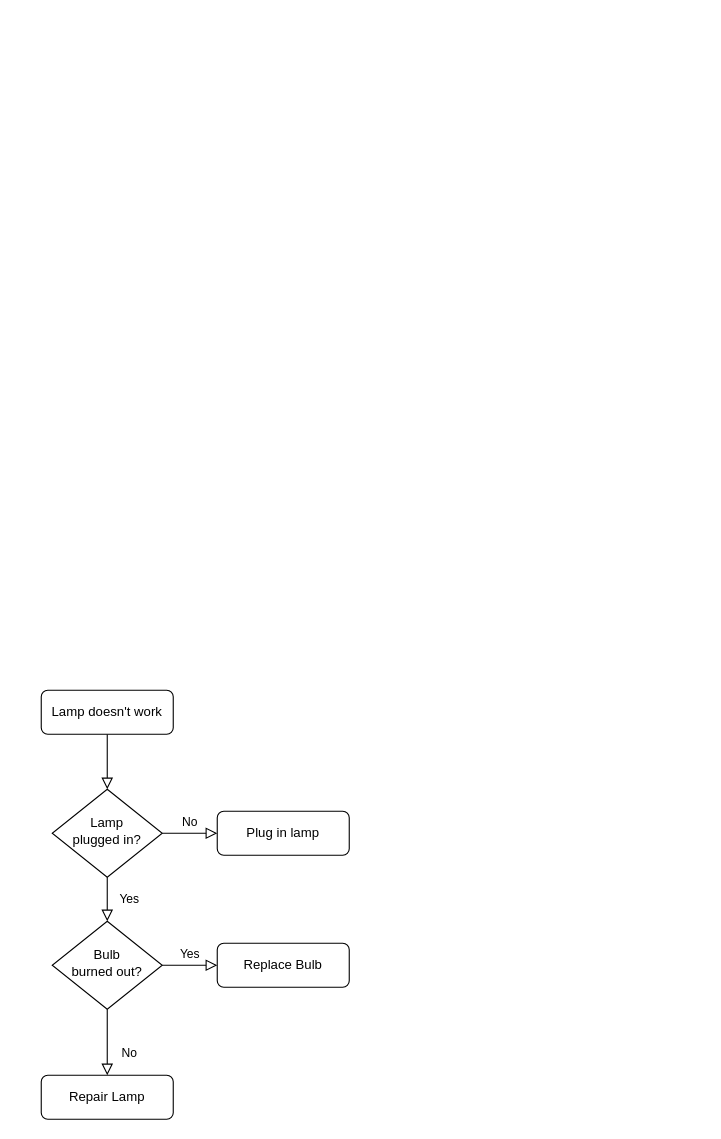
This is gameUnity.drawio from TomasSirotek/UML-diagram, a draw.io file, before an edit. Source tidied: cells renumbered, new cells numbered last; positions are measured from the earlier drawing's top-left corner, leaving out a move shared by most shapes. Both pictures are drawn from the tidied source at 110%, with x=0, y=0 at pixel (41, 690).
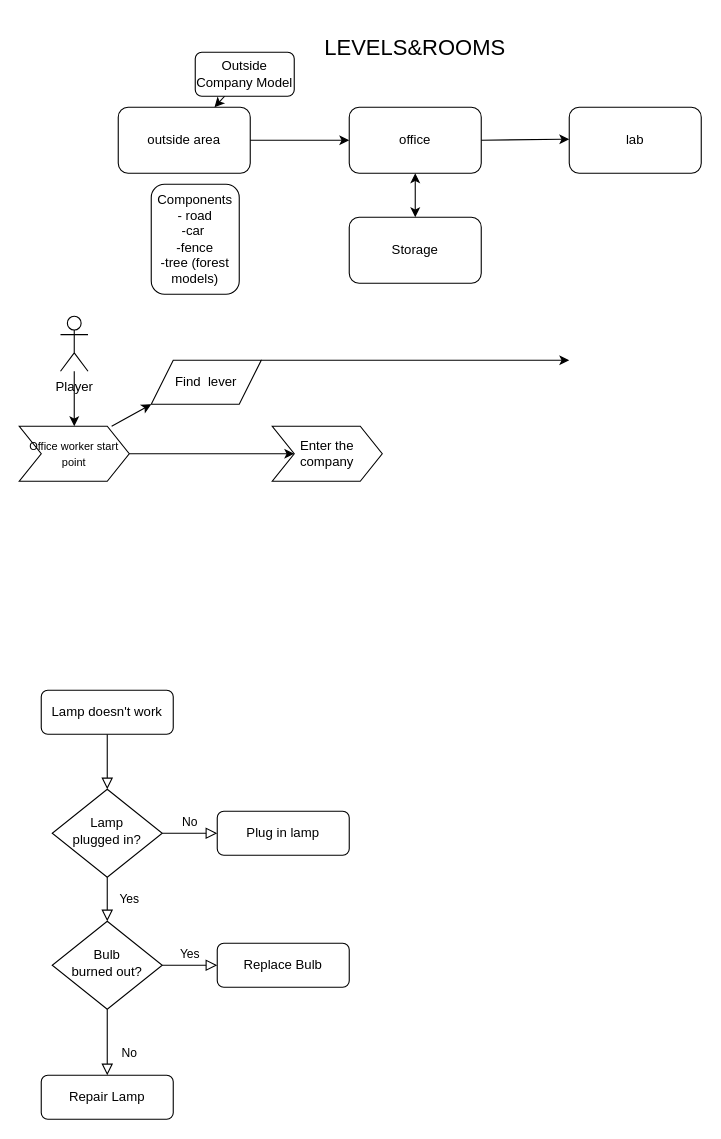
After the change.

Diff of the diagram source:
```diff
@@
+    <mxCell id="13" value="outside area" style="rounded=1;whiteSpace=wrap;html=1;" parent="1" vertex="1">
+      <mxGeometry x="70" y="-530" width="120" height="60" as="geometry" />
+    </mxCell>
+    <mxCell id="14" value="office" style="rounded=1;whiteSpace=wrap;html=1;" parent="1" vertex="1">
+      <mxGeometry x="280" y="-530" width="120" height="60" as="geometry" />
+    </mxCell>
+    <mxCell id="15" value="lab" style="rounded=1;whiteSpace=wrap;html=1;" parent="1" vertex="1">
+      <mxGeometry x="480" y="-530" width="120" height="60" as="geometry" />
+    </mxCell>
+    <mxCell id="16" style="endArrow=classic;html=1;exitX=1;exitY=0.5;exitDx=0;exitDy=0;" parent="1" edge="1" source="13" target="14">
+      <mxGeometry relative="1" as="geometry" />
+    </mxCell>
+    <mxCell id="17" style="endArrow=classic;html=1;exitX=1;exitY=0.5;exitDx=0;exitDy=0;" parent="1" edge="1" source="14">
+      <mxGeometry relative="1" as="geometry">
+        <mxPoint x="480" y="-501" as="targetPoint" />
+      </mxGeometry>
+    </mxCell>
+    <mxCell id="18" value="Storage" style="rounded=1;whiteSpace=wrap;html=1;" parent="1" vertex="1">
+      <mxGeometry x="280" y="-430" width="120" height="60" as="geometry" />
+    </mxCell>
+    <mxCell id="19" value="&lt;font style=&quot;font-size: 20px&quot;&gt;LEVELS&amp;amp;ROOMS&lt;/font&gt;" style="text;html=1;strokeColor=none;fillColor=none;align=center;verticalAlign=middle;whiteSpace=wrap;rounded=0;" parent="1" vertex="1">
+      <mxGeometry x="270" y="-610" width="140" height="50" as="geometry" />
+    </mxCell>
+    <mxCell id="20" style="endArrow=classic;startArrow=classic;html=1;entryX=0.5;entryY=0;entryDx=0;entryDy=0;" parent="1" edge="1" source="14" target="18">
+      <mxGeometry relative="1" as="geometry" />
+    </mxCell>
+    <mxCell id="21" value="Outside Company Model" style="rounded=1;whiteSpace=wrap;html=1;" parent="1" vertex="1">
+      <mxGeometry x="140" y="-580" width="90" height="40" as="geometry" />
+    </mxCell>
+    <mxCell id="22" style="endArrow=classic;html=1;" parent="1" edge="1" source="21" target="13">
+      <mxGeometry relative="1" as="geometry" />
+    </mxCell>
+    <mxCell id="23" value="&lt;font style=&quot;font-size: 10px&quot;&gt;Office worker start point&lt;/font&gt;" style="shape=step;perimeter=stepPerimeter;whiteSpace=wrap;html=1;fixedSize=1;" parent="1" vertex="1">
+      <mxGeometry x="-20" y="-240" width="100" height="50" as="geometry" />
+    </mxCell>
+    <mxCell id="24" style="edgeStyle=orthogonalEdgeStyle;rounded=0;jettySize=auto;html=1;" parent="1" edge="1" source="25" target="23">
+      <mxGeometry relative="1" as="geometry" />
+    </mxCell>
+    <mxCell id="25" value="Player" style="shape=umlActor;verticalLabelPosition=bottom;verticalAlign=top;html=1;outlineConnect=0;" parent="1" vertex="1">
+      <mxGeometry x="17.5" y="-340" width="25" height="50" as="geometry" />
+    </mxCell>
+    <mxCell id="26" value="Components&lt;br&gt;- road&lt;br&gt;-car&amp;nbsp;&lt;br&gt;-fence&lt;br&gt;-tree (forest models)" style="rounded=1;whiteSpace=wrap;html=1;" parent="1" vertex="1">
+      <mxGeometry x="100" y="-460" width="80" height="100" as="geometry" />
+    </mxCell>
+    <mxCell id="27" value="Enter the company" style="shape=step;perimeter=stepPerimeter;whiteSpace=wrap;html=1;fixedSize=1;" parent="1" vertex="1">
+      <mxGeometry x="210" y="-240" width="100" height="50" as="geometry" />
+    </mxCell>
+    <mxCell id="28" value="Find &amp;nbsp;lever" style="shape=parallelogram;perimeter=parallelogramPerimeter;whiteSpace=wrap;html=1;fixedSize=1;" parent="1" vertex="1">
+      <mxGeometry x="100" y="-300" width="100" height="40" as="geometry" />
+    </mxCell>
+    <mxCell id="29" style="endArrow=classic;html=1;exitX=0.84;exitY=0;exitDx=0;exitDy=0;exitPerimeter=0;entryX=0;entryY=1;entryDx=0;entryDy=0;" parent="1" edge="1" source="23" target="28">
+      <mxGeometry relative="1" as="geometry" />
+    </mxCell>
+    <mxCell id="30" style="endArrow=classic;html=1;exitX=1;exitY=0.5;exitDx=0;exitDy=0;entryX=0;entryY=0.5;entryDx=0;entryDy=0;" parent="1" edge="1" source="23" target="27">
+      <mxGeometry relative="1" as="geometry" />
+    </mxCell>
+    <mxCell id="31" style="endArrow=classic;html=1;exitX=1;exitY=0;exitDx=0;exitDy=0;" parent="1" edge="1" source="28">
+      <mxGeometry relative="1" as="geometry">
+        <mxPoint x="480" y="-300" as="targetPoint" />
+      </mxGeometry>
+    </mxCell>
```
